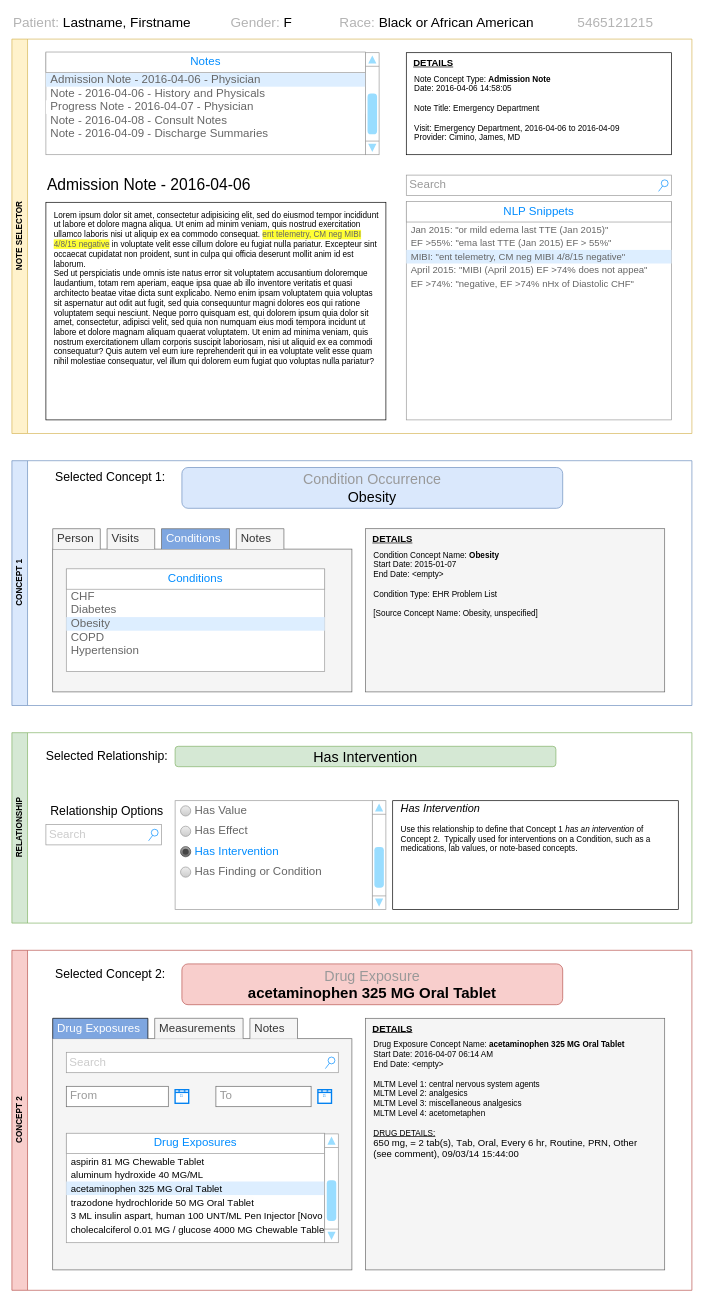
This is PSKB OMOP Edit Mockup.drawio from ntimkovich/UAB-II-Diagrams, a draw.io file, before an edit. Source tidied: cells renumbered, new cells numbered last; positions are measured from the earlier drawing's top-left corner, leaving out a move shared by most shapes. Both pictures are drawn from the tidied source at 68%, with x=0, y=0 at pixel (12, 12).
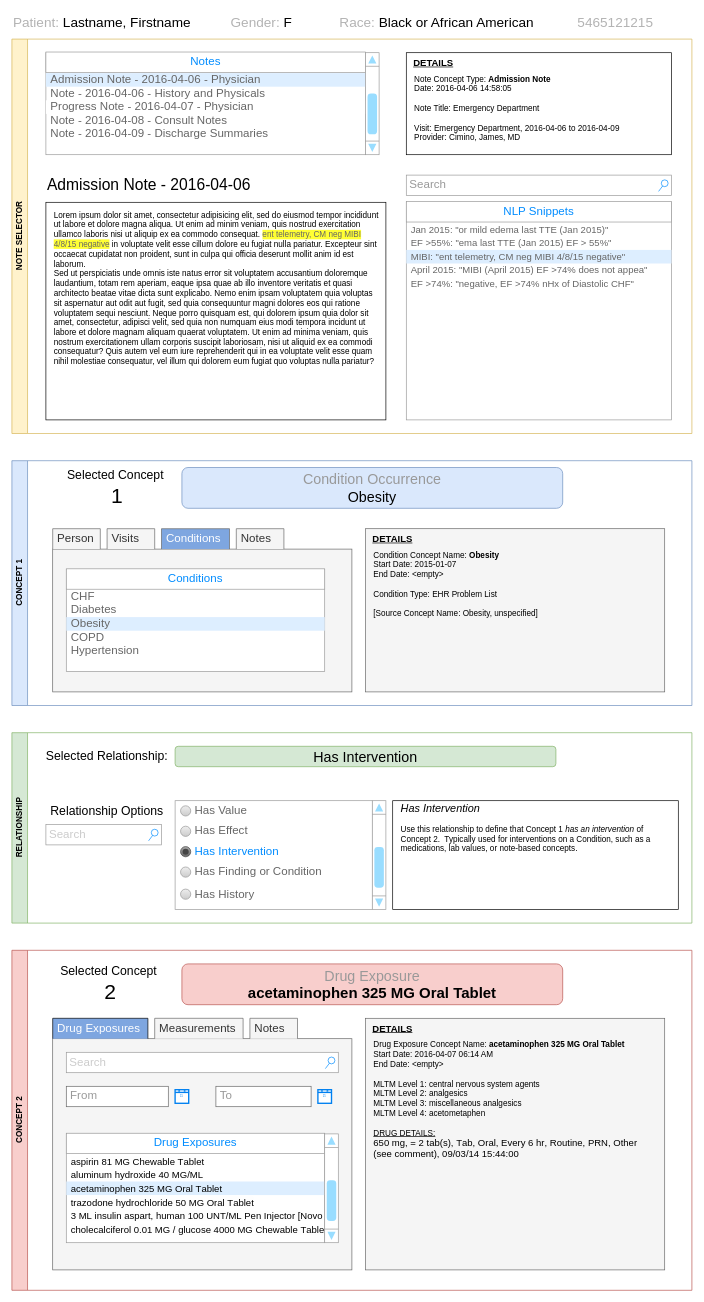
The same diagram, later.

Unchanged cells that the change refers to:
```xml
<mxCell id="3" value="CONCEPT 1" style="swimlane;horizontal=0;whiteSpace=wrap;html=1;fillColor=#dae8fc;strokeColor=#6c8ebf;" parent="1" vertex="1">
  <mxGeometry y="660" width="1000" height="360" as="geometry" />
</mxCell>
<mxCell id="28" style="strokeWidth=1;shadow=0;dashed=0;align=center;html=1;shape=mxgraph.mockup.forms.rrect;rSize=0;strokeColor=#999999;fillColor=#ffffff;" parent="22" vertex="1">
  <mxGeometry x="240" y="100" width="290" height="160" as="geometry" />
</mxCell>
<mxCell id="36" value="CONCEPT 2" style="swimlane;horizontal=0;whiteSpace=wrap;html=1;fillColor=#f8cecc;strokeColor=#b85450;" parent="1" vertex="1">
  <mxGeometry y="1380" width="1000" height="500" as="geometry" />
</mxCell>
```

What changed in the source:
```diff
@@
-    <mxCell id="19" value="Selected Concept 1:" style="text;html=1;align=center;verticalAlign=middle;whiteSpace=wrap;rounded=0;fontSize=18;" parent="3" vertex="1">
-      <mxGeometry x="60" y="10" width="170" height="30" as="geometry" />
+    <mxCell id="19" value="Selected Concept&amp;nbsp;&lt;div&gt;&lt;font style=&quot;font-size: 31px;&quot;&gt;1&lt;/font&gt;&lt;/div&gt;" style="text;html=1;align=center;verticalAlign=middle;whiteSpace=wrap;rounded=0;fontSize=18;" parent="3" vertex="1">
+      <mxGeometry x="70" y="10" width="170" height="60" as="geometry" />
     </mxCell>
@@
+    <mxCell id="87" value="Has History" style="shape=ellipse;rSize=0;fillColor=#eeeeee;strokeColor=#999999;gradientColor=#cccccc;html=1;align=left;spacingLeft=4;fontSize=17;fontColor=#666666;labelPosition=right;" parent="28" vertex="1">
+      <mxGeometry x="8" y="130" width="15" height="15" as="geometry" />
+    </mxCell>
@@
-    <mxCell id="52" value="Selected Concept 2:" style="text;html=1;align=center;verticalAlign=middle;whiteSpace=wrap;rounded=0;fontSize=18;" parent="36" vertex="1">
-      <mxGeometry x="60" y="20" width="170" height="30" as="geometry" />
-    </mxCell>
@@
+    <mxCell id="88" value="Selected Concept&amp;nbsp;&lt;div&gt;&lt;span style=&quot;font-size: 31px;&quot;&gt;2&lt;/span&gt;&lt;/div&gt;" style="text;html=1;align=center;verticalAlign=middle;whiteSpace=wrap;rounded=0;fontSize=18;" parent="36" vertex="1">
+      <mxGeometry x="60" y="20" width="170" height="60" as="geometry" />
+    </mxCell>
```
